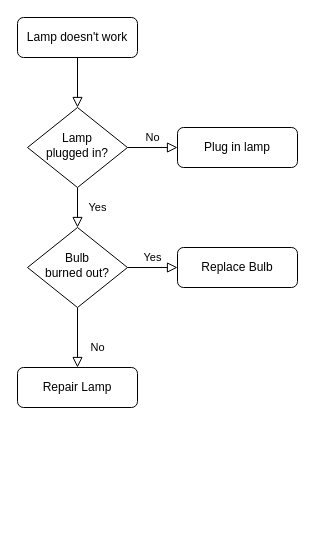
Before: images/2.drawio in ShandowOfStarLight/love_bot, a draw.io diagram. Source tidied: cells renumbered, new cells numbered last; positions are measured from the earlier drawing's top-left corner, leaving out a move shared by most shapes. Both pictures are drawn from the tidied source at 100%, with x=0, y=0 at pixel (17, 17).
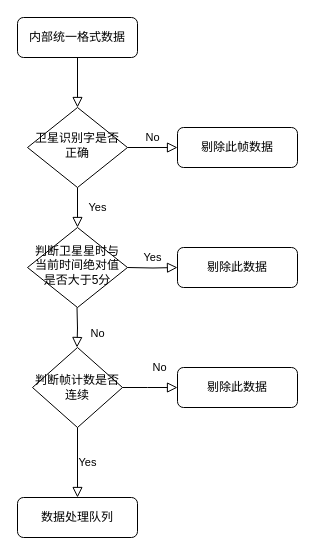
The same diagram, later.

What changed in the source:
```diff
@@
-    <mxCell id="3" value="Lamp doesn't work" style="rounded=1;whiteSpace=wrap;html=1;fontSize=12;glass=0;strokeWidth=1;shadow=0;" parent="1" vertex="1">
+    <mxCell id="3" value="内部统一格式数据" style="rounded=1;whiteSpace=wrap;html=1;fontSize=12;glass=0;strokeWidth=1;shadow=0;" parent="1" vertex="1">
       <mxGeometry width="120" height="40" as="geometry" />
     </mxCell>
@@
-    <mxCell id="6" value="Lamp&lt;br&gt;plugged in?" style="rhombus;whiteSpace=wrap;html=1;shadow=0;fontFamily=Helvetica;fontSize=12;align=center;strokeWidth=1;spacing=6;spacingTop=-4;" parent="1" vertex="1">
+    <mxCell id="6" value="卫星识别字是否正确" style="rhombus;whiteSpace=wrap;html=1;shadow=0;fontFamily=Helvetica;fontSize=12;align=center;strokeWidth=1;spacing=6;spacingTop=-4;" parent="1" vertex="1">
       <mxGeometry x="10" y="90" width="100" height="80" as="geometry" />
     </mxCell>
-    <mxCell id="7" value="Plug in lamp" style="rounded=1;whiteSpace=wrap;html=1;fontSize=12;glass=0;strokeWidth=1;shadow=0;" parent="1" vertex="1">
+    <mxCell id="7" value="剔除此帧数据" style="rounded=1;whiteSpace=wrap;html=1;fontSize=12;glass=0;strokeWidth=1;shadow=0;" parent="1" vertex="1">
       <mxGeometry x="160" y="110" width="120" height="40" as="geometry" />
     </mxCell>
-    <mxCell id="8" value="No" style="rounded=0;html=1;jettySize=auto;fontSize=11;endArrow=block;endFill=0;endSize=8;strokeWidth=1;shadow=0;labelBackgroundColor=none;edgeStyle=orthogonalEdgeStyle;" parent="1" edge="1" source="10" target="11">
-      <mxGeometry x="0.33" y="20" relative="1" as="geometry" />
-    </mxCell>
-    <mxCell id="9" value="Yes" style="edgeStyle=orthogonalEdgeStyle;rounded=0;html=1;jettySize=auto;fontSize=11;endArrow=block;endFill=0;endSize=8;strokeWidth=1;shadow=0;labelBackgroundColor=none;" parent="1" edge="1" source="10" target="12">
-      <mxGeometry y="10" relative="1" as="geometry" />
-    </mxCell>
-    <mxCell id="10" value="Bulb&lt;br&gt;burned out?" style="rhombus;whiteSpace=wrap;html=1;shadow=0;fontFamily=Helvetica;fontSize=12;align=center;strokeWidth=1;spacing=6;spacingTop=-4;" parent="1" vertex="1">
+    <mxCell id="10" value="判断卫星星时与当前时间绝对值是否大于5分" style="rhombus;whiteSpace=wrap;html=1;shadow=0;fontFamily=Helvetica;fontSize=12;align=center;strokeWidth=1;spacing=6;spacingTop=-4;" parent="1" vertex="1">
       <mxGeometry x="10" y="210" width="100" height="80" as="geometry" />
     </mxCell>
-    <mxCell id="11" value="Repair Lamp" style="rounded=1;whiteSpace=wrap;html=1;fontSize=12;glass=0;strokeWidth=1;shadow=0;" parent="1" vertex="1">
-      <mxGeometry y="350" width="120" height="40" as="geometry" />
+    <mxCell id="11" value="数据处理队列" style="rounded=1;whiteSpace=wrap;html=1;fontSize=12;glass=0;strokeWidth=1;shadow=0;" parent="1" vertex="1">
+      <mxGeometry y="480" width="120" height="40" as="geometry" />
     </mxCell>
-    <mxCell id="12" value="Replace Bulb" style="rounded=1;whiteSpace=wrap;html=1;fontSize=12;glass=0;strokeWidth=1;shadow=0;" parent="1" vertex="1">
+    <mxCell id="12" value="剔除此数据" style="rounded=1;whiteSpace=wrap;html=1;fontSize=12;glass=0;strokeWidth=1;shadow=0;" parent="1" vertex="1">
       <mxGeometry x="160" y="230" width="120" height="40" as="geometry" />
     </mxCell>
+    <mxCell id="13" value="判断帧计数是否连续" style="rhombus;whiteSpace=wrap;html=1;" parent="1" vertex="1">
+      <mxGeometry x="15" y="330" width="90" height="80" as="geometry" />
+    </mxCell>
+    <mxCell id="14" value="No" style="rounded=0;html=1;jettySize=auto;fontSize=11;endArrow=block;endFill=0;endSize=8;strokeWidth=1;shadow=0;labelBackgroundColor=none;edgeStyle=orthogonalEdgeStyle;exitX=1;exitY=0.5;exitDx=0;exitDy=0;" parent="1" edge="1" source="13">
+      <mxGeometry x="0.33" y="20" relative="1" as="geometry">
+        <mxPoint x="160" y="370" as="targetPoint" />
+        <Array as="points">
+          <mxPoint x="130" y="370" />
+          <mxPoint x="130" y="370" />
+        </Array>
+      </mxGeometry>
+    </mxCell>
+    <mxCell id="8" value="No" style="rounded=0;html=1;jettySize=auto;orthogonalLoop=1;fontSize=11;endArrow=block;endFill=0;endSize=8;strokeWidth=1;shadow=0;labelBackgroundColor=none;edgeStyle=orthogonalEdgeStyle;" parent="1" edge="1">
+      <mxGeometry x="0.33" y="20" relative="1" as="geometry">
+        <mxPoint x="59.5" y="290" as="sourcePoint" />
+        <mxPoint x="59.5" y="330" as="targetPoint" />
+      </mxGeometry>
+    </mxCell>
+    <mxCell id="15" value="Yes" style="edgeStyle=orthogonalEdgeStyle;rounded=0;html=1;jettySize=auto;fontSize=11;endArrow=block;endFill=0;endSize=8;strokeWidth=1;shadow=0;labelBackgroundColor=none;entryX=0;entryY=0.5;entryDx=0;entryDy=0;" parent="1" edge="1" target="12">
+      <mxGeometry y="10" relative="1" as="geometry">
+        <mxPoint x="110" y="250" as="sourcePoint" />
+      </mxGeometry>
+    </mxCell>
+    <mxCell id="16" value="剔除此数据" style="rounded=1;whiteSpace=wrap;html=1;fontSize=12;glass=0;strokeWidth=1;shadow=0;" parent="1" vertex="1">
+      <mxGeometry x="160" y="350" width="120" height="40" as="geometry" />
+    </mxCell>
+    <mxCell id="17" value="Yes" style="edgeStyle=orthogonalEdgeStyle;rounded=0;html=1;jettySize=auto;fontSize=11;endArrow=block;endFill=0;endSize=8;strokeWidth=1;shadow=0;labelBackgroundColor=none;exitX=0.5;exitY=1;exitDx=0;exitDy=0;entryX=0.5;entryY=0;entryDx=0;entryDy=0;" parent="1" edge="1" source="13" target="11">
+      <mxGeometry y="10" relative="1" as="geometry" />
+    </mxCell>
```
